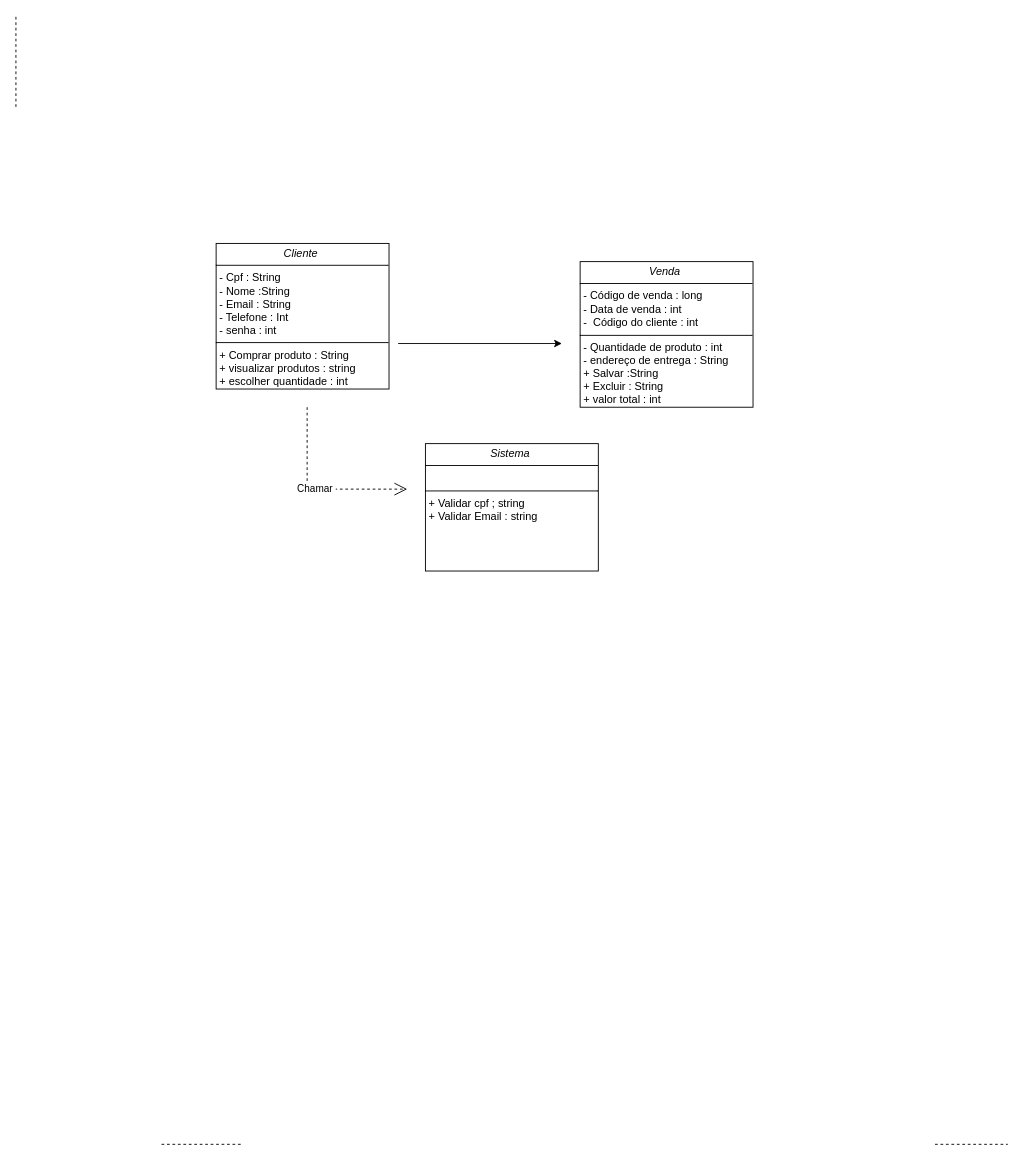
Above: page "Página-6" (6 of 11) of Diagrama aula.drawio in maysa158/diagramasderequisitos (draw.io), before the change. Source tidied: cells renumbered, new cells numbered last; positions are measured from the earlier drawing's top-left corner, leaving out a move shared by most shapes. Both pictures are drawn from the tidied source at 91%, with x=0, y=0 at pixel (15, 15).
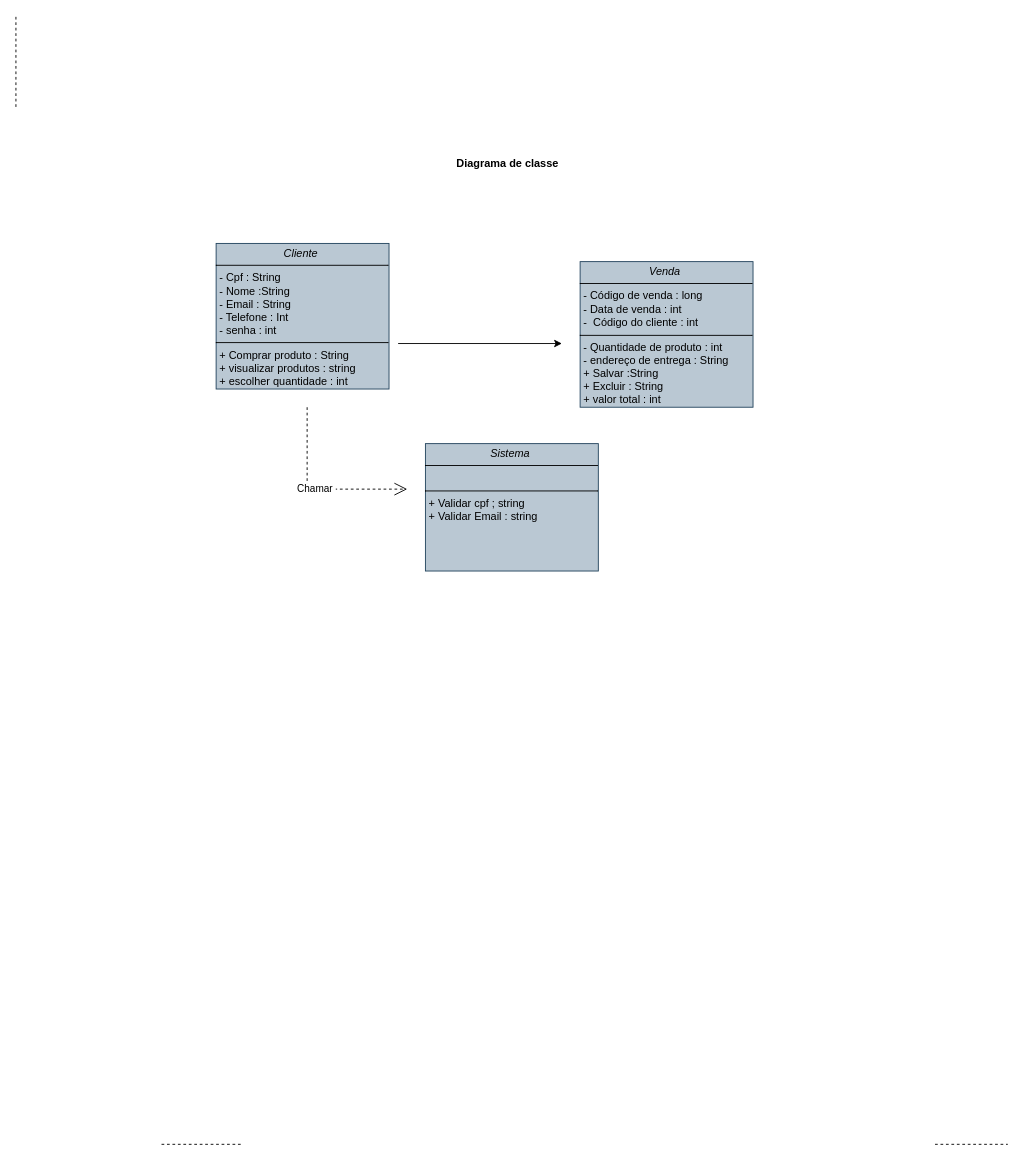
Above is the later version.

Commit message (it also covers changes not shown here):
Diagrama feito em aula

Diff of the diagram source:
```diff
@@
 <mxGraphModel>
   <root>
     <mxCell id="0" />
     <mxCell id="1" parent="0" />
-    <mxCell id="2" value="&lt;p style=&quot;margin:0px;margin-top:4px;text-align:center;&quot;&gt;&lt;i&gt;Sistema&amp;nbsp;&lt;/i&gt;&lt;/p&gt;&lt;hr size=&quot;1&quot; style=&quot;border-style:solid;&quot;&gt;&lt;p style=&quot;margin:0px;margin-left:4px;&quot;&gt;&lt;br&gt;&lt;/p&gt;&lt;hr size=&quot;1&quot; style=&quot;border-style:solid;&quot;&gt;&lt;p style=&quot;margin:0px;margin-left:4px;&quot;&gt;+ Validar cpf ; string&amp;nbsp;&lt;br&gt;+ Validar Email : string&lt;/p&gt;" style="verticalAlign=top;align=left;overflow=fill;html=1;whiteSpace=wrap;" parent="1" vertex="1">
+    <mxCell id="2" value="&lt;p style=&quot;margin:0px;margin-top:4px;text-align:center;&quot;&gt;&lt;i&gt;Sistema&amp;nbsp;&lt;/i&gt;&lt;/p&gt;&lt;hr size=&quot;1&quot; style=&quot;border-style:solid;&quot;&gt;&lt;p style=&quot;margin:0px;margin-left:4px;&quot;&gt;&lt;br&gt;&lt;/p&gt;&lt;hr size=&quot;1&quot; style=&quot;border-style:solid;&quot;&gt;&lt;p style=&quot;margin:0px;margin-left:4px;&quot;&gt;+ Validar cpf ; string&amp;nbsp;&lt;br&gt;+ Validar Email : string&lt;/p&gt;" style="verticalAlign=top;align=left;overflow=fill;html=1;whiteSpace=wrap;fillColor=#bac8d3;strokeColor=#23445d;" parent="1" vertex="1">
       <mxGeometry x="450" y="470" width="190" height="140" as="geometry" />
     </mxCell>
     <mxCell id="3" style="endArrow=none;dashed=1;html=1;rounded=0;" parent="1" edge="1">
       <mxGeometry relative="1" as="geometry">
         <mxPoint x="160" y="1240" as="sourcePoint" />
         <mxPoint x="250" y="1240" as="targetPoint" />
       </mxGeometry>
     </mxCell>
     <mxCell id="4" style="endArrow=none;dashed=1;html=1;rounded=0;" parent="1" edge="1">
       <mxGeometry relative="1" as="geometry">
         <mxPoint x="1010" y="1240" as="sourcePoint" />
         <mxPoint x="1090" y="1240" as="targetPoint" />
       </mxGeometry>
     </mxCell>
     <mxCell id="5" value="Chamar&amp;nbsp;" style="endArrow=open;endSize=12;dashed=1;html=1;rounded=0;" parent="1" edge="1">
       <mxGeometry relative="1" as="geometry">
         <mxPoint x="320" y="430" as="sourcePoint" />
         <mxPoint x="430" y="520" as="targetPoint" />
         <Array as="points">
           <mxPoint x="320" y="520" />
         </Array>
       </mxGeometry>
     </mxCell>
     <mxCell id="6" style="endArrow=none;dashed=1;html=1;rounded=0;" parent="1" edge="1">
       <mxGeometry relative="1" as="geometry">
         <mxPoint y="100" as="sourcePoint" />
         <mxPoint as="targetPoint" />
       </mxGeometry>
     </mxCell>
-    <mxCell id="7" value="&lt;p style=&quot;margin:0px;margin-top:4px;text-align:center;&quot;&gt;&lt;i&gt;Cliente&amp;nbsp;&lt;/i&gt;&lt;/p&gt;&lt;hr size=&quot;1&quot; style=&quot;border-style:solid;&quot;&gt;&lt;p style=&quot;margin:0px;margin-left:4px;&quot;&gt;- Cpf : String&lt;br&gt;- Nome :String&lt;/p&gt;&lt;p style=&quot;margin:0px;margin-left:4px;&quot;&gt;- Email : String&lt;/p&gt;&lt;p style=&quot;margin:0px;margin-left:4px;&quot;&gt;- Telefone : Int&lt;/p&gt;&lt;p style=&quot;margin:0px;margin-left:4px;&quot;&gt;- senha : int&amp;nbsp;&lt;/p&gt;&lt;hr size=&quot;1&quot; style=&quot;border-style:solid;&quot;&gt;&lt;p style=&quot;margin:0px;margin-left:4px;&quot;&gt;+ Comprar produto&lt;span style=&quot;background-color: transparent; color: light-dark(rgb(0, 0, 0), rgb(255, 255, 255));&quot;&gt;&amp;nbsp;: String&amp;nbsp;&lt;/span&gt;&lt;/p&gt;&lt;p style=&quot;margin:0px;margin-left:4px;&quot;&gt;+ visualizar produtos : string&lt;/p&gt;&lt;p style=&quot;margin:0px;margin-left:4px;&quot;&gt;+ escolher quantidade : int&lt;/p&gt;&lt;p style=&quot;margin:0px;margin-left:4px;&quot;&gt;&lt;br&gt;&lt;/p&gt;" style="verticalAlign=top;align=left;overflow=fill;html=1;whiteSpace=wrap;" parent="1" vertex="1">
+    <mxCell id="7" value="&lt;p style=&quot;margin:0px;margin-top:4px;text-align:center;&quot;&gt;&lt;i&gt;Cliente&amp;nbsp;&lt;/i&gt;&lt;/p&gt;&lt;hr size=&quot;1&quot; style=&quot;border-style:solid;&quot;&gt;&lt;p style=&quot;margin:0px;margin-left:4px;&quot;&gt;- Cpf : String&lt;br&gt;- Nome :String&lt;/p&gt;&lt;p style=&quot;margin:0px;margin-left:4px;&quot;&gt;- Email : String&lt;/p&gt;&lt;p style=&quot;margin:0px;margin-left:4px;&quot;&gt;- Telefone : Int&lt;/p&gt;&lt;p style=&quot;margin:0px;margin-left:4px;&quot;&gt;- senha : int&amp;nbsp;&lt;/p&gt;&lt;hr size=&quot;1&quot; style=&quot;border-style:solid;&quot;&gt;&lt;p style=&quot;margin:0px;margin-left:4px;&quot;&gt;+ Comprar produto&lt;span style=&quot;background-color: transparent; color: light-dark(rgb(0, 0, 0), rgb(255, 255, 255));&quot;&gt;&amp;nbsp;: String&amp;nbsp;&lt;/span&gt;&lt;/p&gt;&lt;p style=&quot;margin:0px;margin-left:4px;&quot;&gt;+ visualizar produtos : string&lt;/p&gt;&lt;p style=&quot;margin:0px;margin-left:4px;&quot;&gt;+ escolher quantidade : int&lt;/p&gt;&lt;p style=&quot;margin:0px;margin-left:4px;&quot;&gt;&lt;br&gt;&lt;/p&gt;" style="verticalAlign=top;align=left;overflow=fill;html=1;whiteSpace=wrap;fillColor=#bac8d3;strokeColor=#23445d;" parent="1" vertex="1">
       <mxGeometry x="220" y="250" width="190" height="160" as="geometry" />
     </mxCell>
-    <mxCell id="8" value="&lt;p style=&quot;margin:0px;margin-top:4px;text-align:center;&quot;&gt;&lt;i&gt;Venda&amp;nbsp;&lt;/i&gt;&lt;/p&gt;&lt;hr size=&quot;1&quot; style=&quot;border-style:solid;&quot;&gt;&lt;p style=&quot;margin:0px;margin-left:4px;&quot;&gt;- Código de venda : long&lt;br&gt;- Data de venda : int&lt;/p&gt;&lt;p style=&quot;margin:0px;margin-left:4px;&quot;&gt;-&amp;nbsp; Código do cliente : int&amp;nbsp;&lt;/p&gt;&lt;hr size=&quot;1&quot; style=&quot;border-style:solid;&quot;&gt;&lt;p style=&quot;margin:0px;margin-left:4px;&quot;&gt;- Quantidade de produto : int&amp;nbsp;&lt;br&gt;- endereço de entrega : String&lt;/p&gt;&lt;p style=&quot;margin:0px;margin-left:4px;&quot;&gt;+ Salvar :String&lt;/p&gt;&lt;p style=&quot;margin:0px;margin-left:4px;&quot;&gt;+ Excluir : String&amp;nbsp;&lt;/p&gt;&lt;p style=&quot;margin:0px;margin-left:4px;&quot;&gt;+ valor total : int&lt;/p&gt;" style="verticalAlign=top;align=left;overflow=fill;html=1;whiteSpace=wrap;" parent="1" vertex="1">
+    <mxCell id="8" value="&lt;p style=&quot;margin:0px;margin-top:4px;text-align:center;&quot;&gt;&lt;i&gt;Venda&amp;nbsp;&lt;/i&gt;&lt;/p&gt;&lt;hr size=&quot;1&quot; style=&quot;border-style:solid;&quot;&gt;&lt;p style=&quot;margin:0px;margin-left:4px;&quot;&gt;- Código de venda : long&lt;br&gt;- Data de venda : int&lt;/p&gt;&lt;p style=&quot;margin:0px;margin-left:4px;&quot;&gt;-&amp;nbsp; Código do cliente : int&amp;nbsp;&lt;/p&gt;&lt;hr size=&quot;1&quot; style=&quot;border-style:solid;&quot;&gt;&lt;p style=&quot;margin:0px;margin-left:4px;&quot;&gt;- Quantidade de produto : int&amp;nbsp;&lt;br&gt;- endereço de entrega : String&lt;/p&gt;&lt;p style=&quot;margin:0px;margin-left:4px;&quot;&gt;+ Salvar :String&lt;/p&gt;&lt;p style=&quot;margin:0px;margin-left:4px;&quot;&gt;+ Excluir : String&amp;nbsp;&lt;/p&gt;&lt;p style=&quot;margin:0px;margin-left:4px;&quot;&gt;+ valor total : int&lt;/p&gt;" style="verticalAlign=top;align=left;overflow=fill;html=1;whiteSpace=wrap;fillColor=#bac8d3;strokeColor=#23445d;" parent="1" vertex="1">
       <mxGeometry x="620" y="270" width="190" height="160" as="geometry" />
     </mxCell>
     <mxCell id="9" style="endArrow=classic;html=1;rounded=0;" parent="1" edge="1">
       <mxGeometry relative="1" as="geometry">
         <mxPoint x="420" y="360" as="sourcePoint" />
         <mxPoint x="600" y="360" as="targetPoint" />
       </mxGeometry>
     </mxCell>
+    <mxCell id="10" value="Diagrama de classe" style="text;align=center;fontStyle=1;verticalAlign=middle;spacingLeft=3;spacingRight=3;strokeColor=none;html=1;" parent="1" vertex="1">
+      <mxGeometry x="500" y="150" width="80" height="26" as="geometry" />
+    </mxCell>
   </root>
 </mxGraphModel>
```
